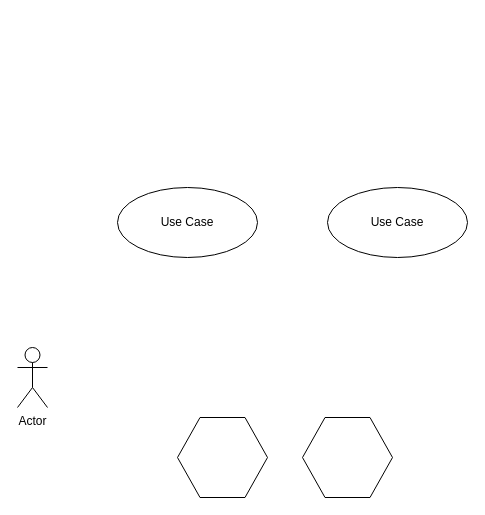
Above: page "ca" (3 of 3) of 系统架构.drawio in NonePro/UML (draw.io), before the change. Source tidied: cells renumbered, new cells numbered last; positions are measured from the earlier drawing's top-left corner, leaving out a move shared by most shapes. Both pictures are drawn from the tidied source at 100%, with x=0, y=0 at pixel (17, 187).
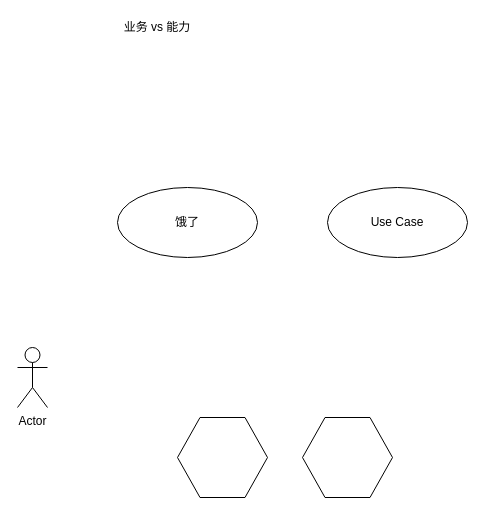
After the change.

Diff of the diagram source:
```diff
@@
 <mxGraphModel>
   <root>
     <mxCell id="0" />
     <mxCell id="1" parent="0" />
     <mxCell id="2" value="Actor" style="shape=umlActor;verticalLabelPosition=bottom;labelBackgroundColor=#ffffff;verticalAlign=top;html=1;" parent="1" vertex="1">
       <mxGeometry y="160" width="30" height="60" as="geometry" />
     </mxCell>
-    <mxCell id="3" value="Use Case" style="ellipse;whiteSpace=wrap;html=1;" parent="1" vertex="1">
+    <mxCell id="3" value="饿了" style="ellipse;whiteSpace=wrap;html=1;" parent="1" vertex="1">
       <mxGeometry x="100" width="140" height="70" as="geometry" />
     </mxCell>
     <mxCell id="4" value="Use Case" style="ellipse;whiteSpace=wrap;html=1;" parent="1" vertex="1">
       <mxGeometry x="310" width="140" height="70" as="geometry" />
     </mxCell>
     <mxCell id="5" style="shape=hexagon;perimeter=hexagonPerimeter2;whiteSpace=wrap;html=1;" parent="1" vertex="1">
       <mxGeometry x="160" y="230" width="90" height="80" as="geometry" />
     </mxCell>
     <mxCell id="6" style="shape=hexagon;perimeter=hexagonPerimeter2;whiteSpace=wrap;html=1;" parent="1" vertex="1">
       <mxGeometry x="285" y="230" width="90" height="80" as="geometry" />
     </mxCell>
+    <mxCell id="7" value="业务 vs 能力" style="text;html=1;strokeColor=none;fillColor=none;align=center;verticalAlign=middle;whiteSpace=wrap;rounded=0;" parent="1" vertex="1">
+      <mxGeometry x="40" y="-170" width="200" height="20" as="geometry" />
+    </mxCell>
   </root>
 </mxGraphModel>
```
